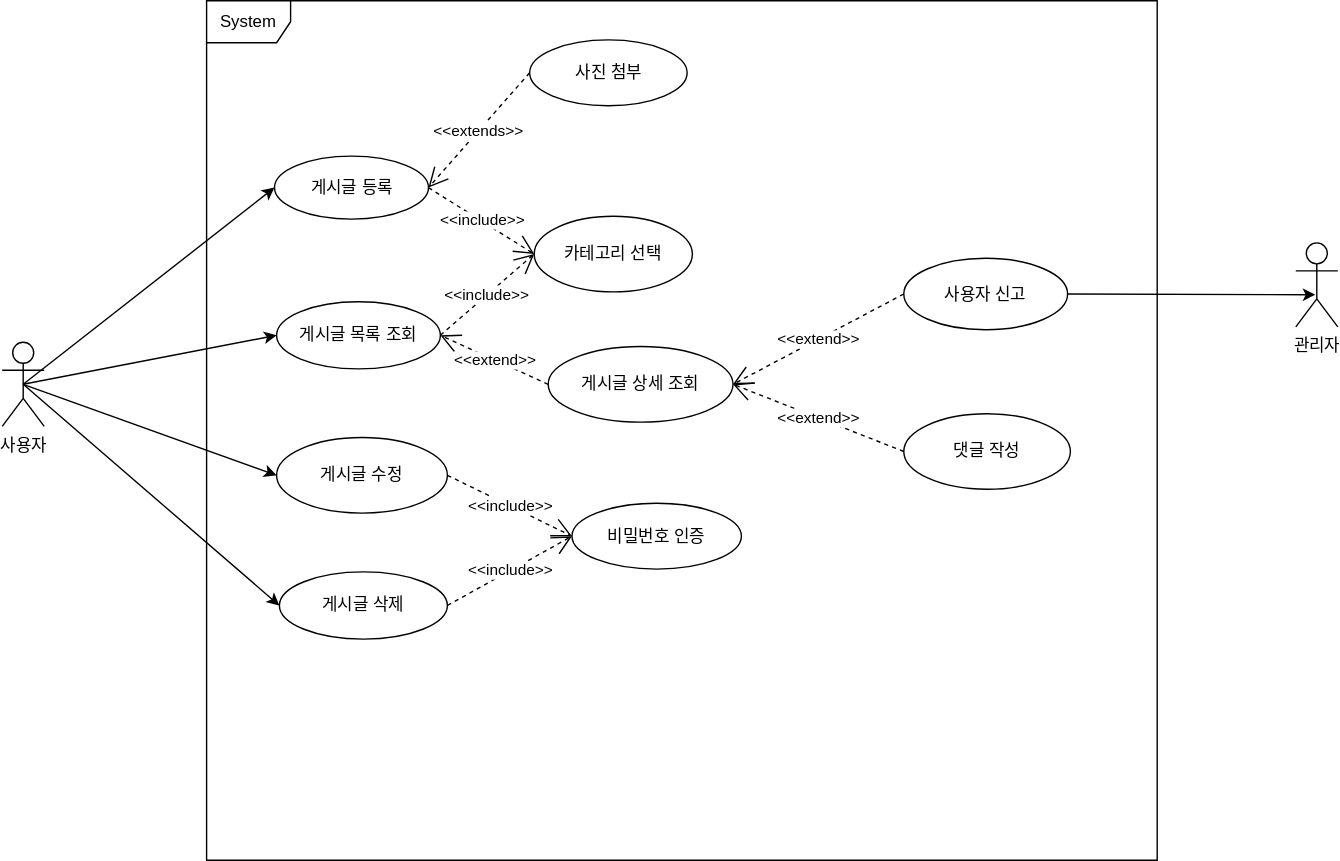
The draw.io diagram 2일차.2.svg in hueyjeong/uml-leanring, before a commit. Source tidied: cells renumbered, new cells last; positions are measured from the earlier drawing's top-left corner, leaving out a move shared by most shapes.
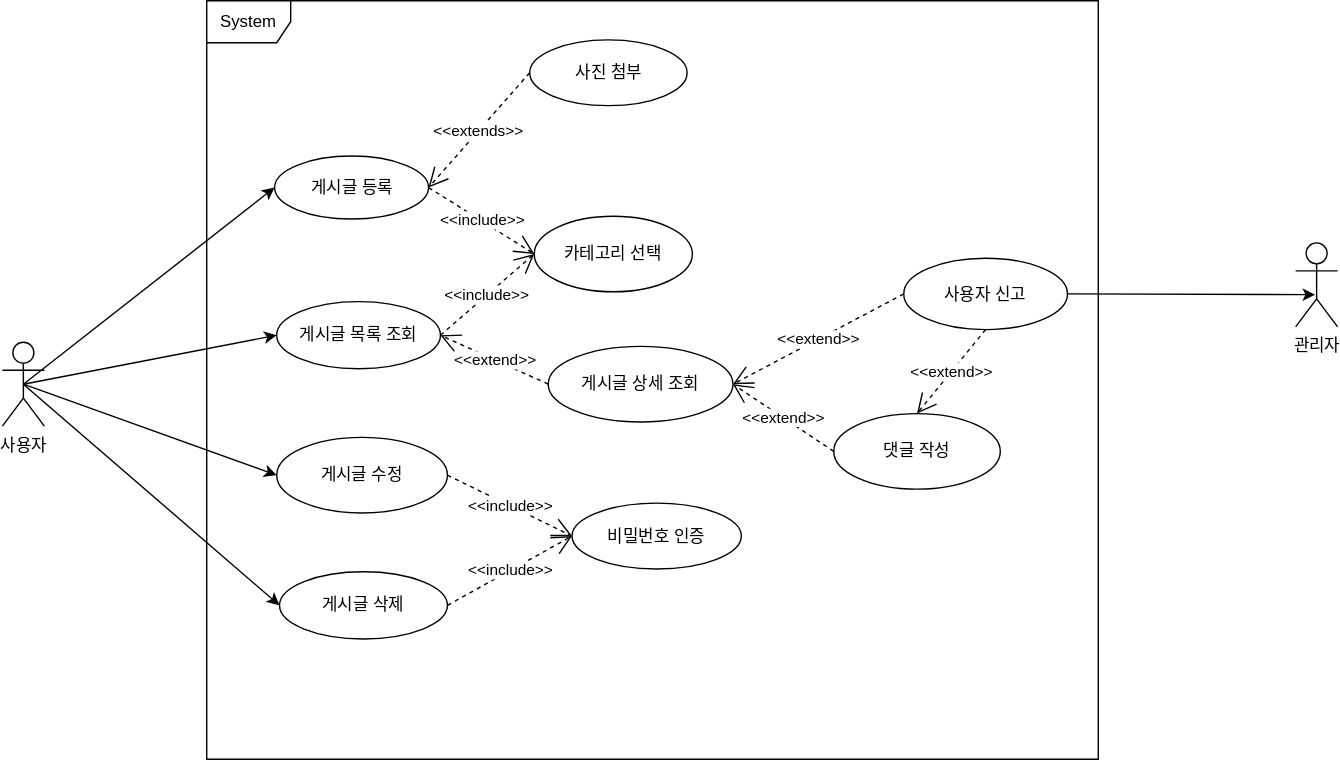
The same diagram one commit later.

Commit message:
2일차.2.svg 업데이트

What changed in the source:
```diff
@@ -9,7 +9,7 @@
       <mxGeometry x="924" y="173" width="30" height="60" as="geometry" />
     </mxCell>
     <mxCell id="4" value="System" style="shape=umlFrame;whiteSpace=wrap;html=1;" parent="1" vertex="1">
-      <mxGeometry x="146" width="679" height="614" as="geometry" />
+      <mxGeometry x="146" width="637" height="542" as="geometry" />
     </mxCell>
     <mxCell id="5" value="게시글 등록" style="ellipse;whiteSpace=wrap;html=1;" parent="1" vertex="1">
       <mxGeometry x="194.5" y="111" width="110" height="45" as="geometry" />
@@ -24,7 +24,7 @@
       <mxGeometry x="390" y="247" width="132" height="54" as="geometry" />
     </mxCell>
     <mxCell id="9" value="댓글 작성" style="ellipse;whiteSpace=wrap;html=1;" parent="1" vertex="1">
-      <mxGeometry x="644" y="295" width="119" height="54" as="geometry" />
+      <mxGeometry x="594" y="295" width="119" height="54" as="geometry" />
     </mxCell>
     <mxCell id="10" value="사용자 신고" style="ellipse;whiteSpace=wrap;html=1;" parent="1" vertex="1">
       <mxGeometry x="644" y="184" width="117" height="51" as="geometry" />
@@ -80,5 +80,8 @@
     <mxCell id="27" style="endArrow=classic;html=1;rounded=0;exitX=1;exitY=0.5;exitDx=0;exitDy=0;entryX=0.467;entryY=0.617;entryDx=0;entryDy=0;entryPerimeter=0;" parent="1" edge="1" source="10" target="3">
       <mxGeometry relative="1" as="geometry" />
     </mxCell>
+    <mxCell id="28" value="&amp;lt;&amp;lt;extend&amp;gt;&amp;gt;" style="endArrow=open;endSize=12;dashed=1;html=1;rounded=0;entryX=0.5;entryY=0;entryDx=0;entryDy=0;exitX=0.5;exitY=1;exitDx=0;exitDy=0;" parent="1" edge="1" source="10" target="9">
+      <mxGeometry relative="1" as="geometry" />
+    </mxCell>
   </root>
 </mxGraphModel>
```
